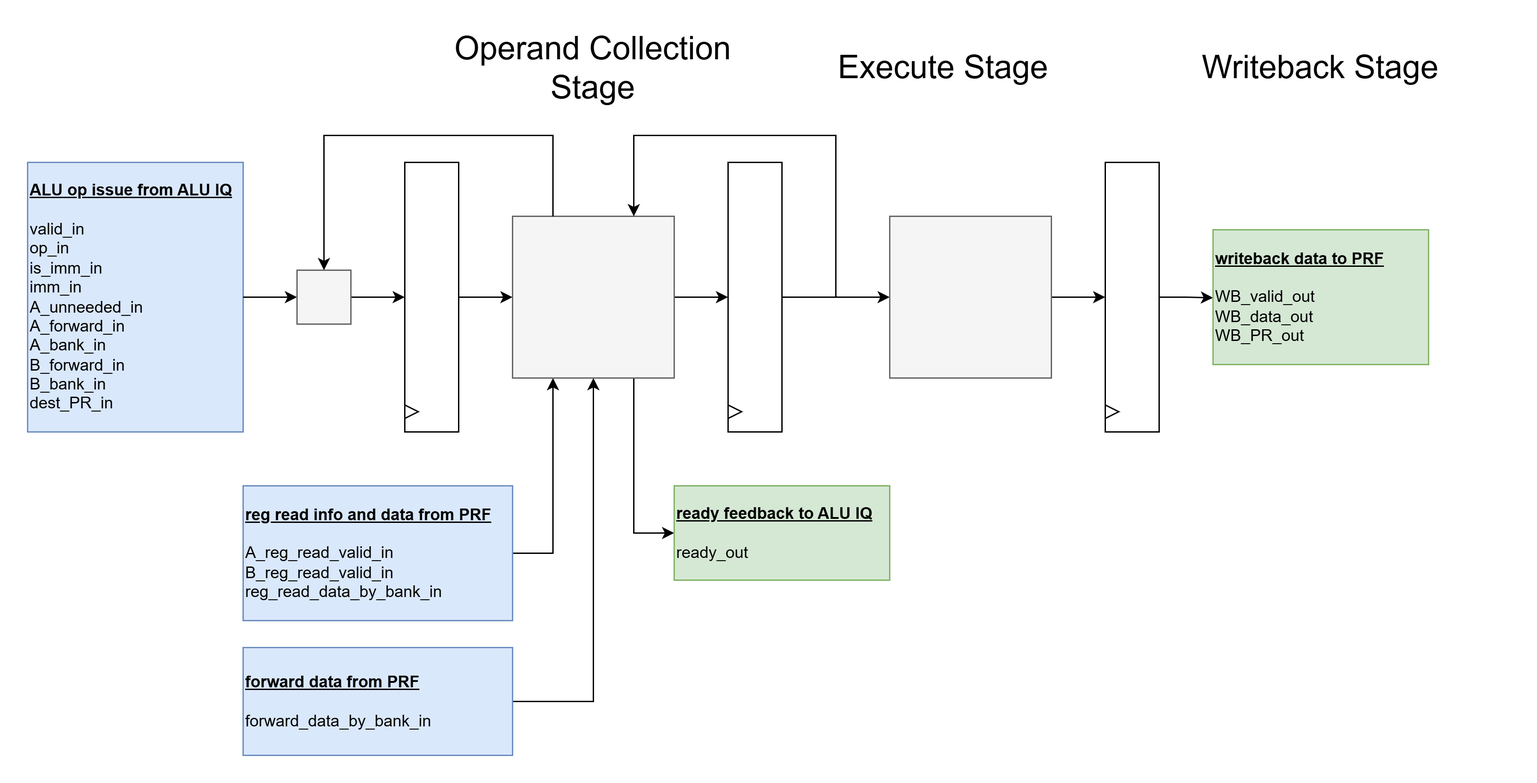
The draw.io diagram spec/design/alu_pipeline/alu_pipeline_rtl.png in zlagpacan/LOROF, before a commit. Source tidied: cells renumbered, new cells last; positions are measured from the earlier drawing's top-left corner, leaving out a move shared by most shapes.
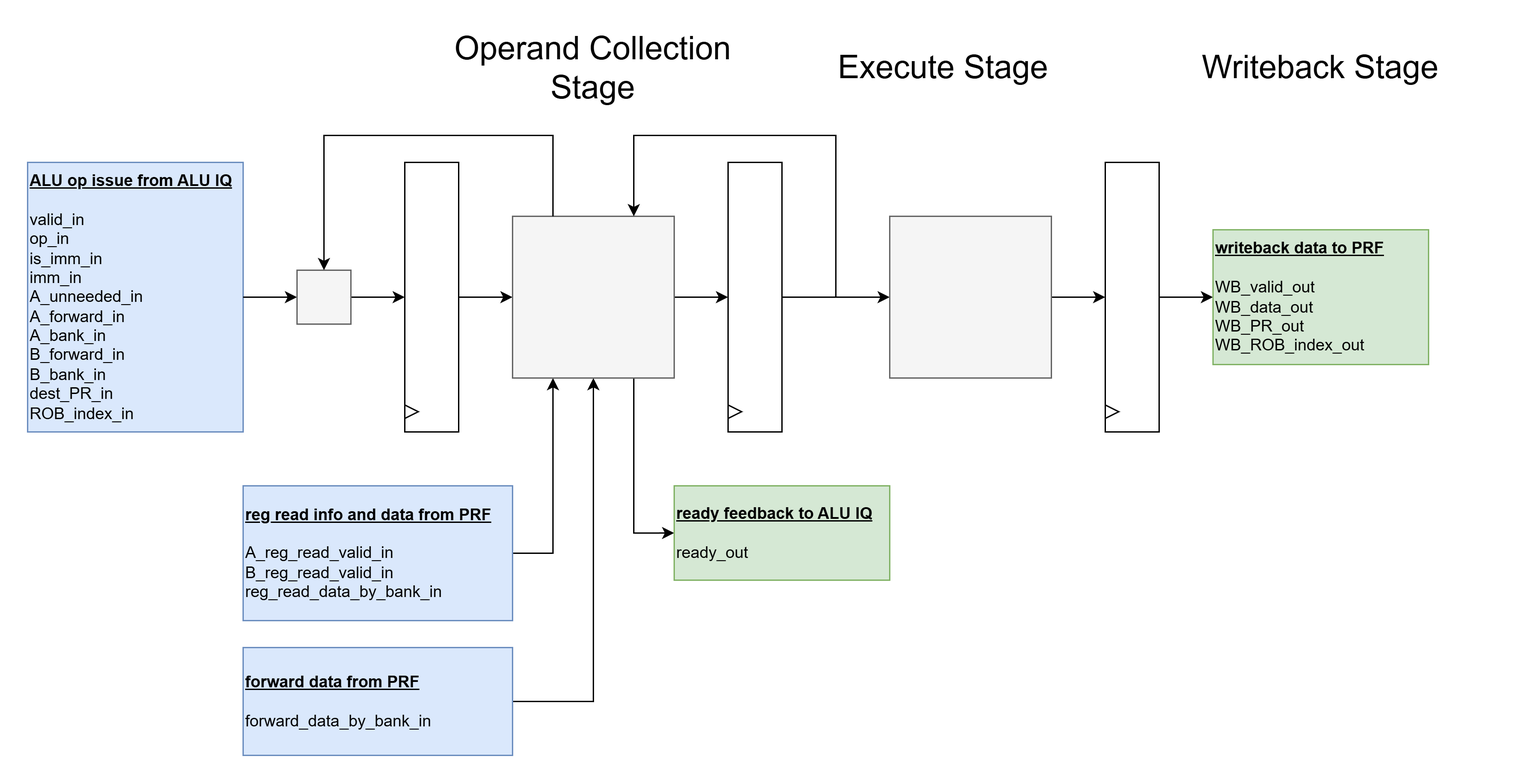
After the commit.

Change to the diagram source:
```diff
@@ -8,7 +8,7 @@
     <mxCell id="3" style="rounded=0;whiteSpace=wrap;html=1;" parent="1" vertex="1">
       <mxGeometry x="280" y="100" width="40" height="200" as="geometry" />
     </mxCell>
-    <mxCell id="4" value="&lt;u&gt;&lt;b&gt;ALU op issue from ALU IQ&lt;/b&gt;&lt;/u&gt;&lt;div&gt;&lt;br&gt;&lt;/div&gt;&lt;div&gt;valid_in&lt;/div&gt;&lt;div&gt;op_in&lt;/div&gt;&lt;div&gt;is_imm_in&lt;/div&gt;&lt;div&gt;imm_in&lt;/div&gt;&lt;div&gt;A_unneeded_in&lt;/div&gt;&lt;div&gt;A_forward_in&lt;/div&gt;&lt;div&gt;A_bank_in&lt;/div&gt;&lt;div&gt;B_forward_in&lt;/div&gt;&lt;div&gt;B_bank_in&lt;/div&gt;&lt;div&gt;dest_PR_in&lt;/div&gt;" style="text;html=1;align=left;verticalAlign=middle;whiteSpace=wrap;rounded=0;fillColor=#dae8fc;strokeColor=#6c8ebf;" parent="1" vertex="1">
+    <mxCell id="4" value="&lt;u&gt;&lt;b&gt;ALU op issue from ALU IQ&lt;/b&gt;&lt;/u&gt;&lt;div&gt;&lt;br&gt;&lt;/div&gt;&lt;div&gt;valid_in&lt;/div&gt;&lt;div&gt;op_in&lt;/div&gt;&lt;div&gt;is_imm_in&lt;/div&gt;&lt;div&gt;imm_in&lt;/div&gt;&lt;div&gt;A_unneeded_in&lt;/div&gt;&lt;div&gt;A_forward_in&lt;/div&gt;&lt;div&gt;A_bank_in&lt;/div&gt;&lt;div&gt;B_forward_in&lt;/div&gt;&lt;div&gt;B_bank_in&lt;/div&gt;&lt;div&gt;dest_PR_in&lt;/div&gt;&lt;div&gt;ROB_index_in&lt;/div&gt;" style="text;html=1;align=left;verticalAlign=middle;whiteSpace=wrap;rounded=0;fillColor=#dae8fc;strokeColor=#6c8ebf;" parent="1" vertex="1">
       <mxGeometry y="100" width="160" height="200" as="geometry" />
     </mxCell>
     <mxCell id="5" style="edgeStyle=orthogonalEdgeStyle;rounded=0;jettySize=auto;html=1;exitX=1;exitY=0.5;exitDx=0;exitDy=0;" parent="1" edge="1" source="4">
@@ -63,10 +63,8 @@
     <mxCell id="19" style="triangle;whiteSpace=wrap;html=1;" parent="1" vertex="1">
       <mxGeometry x="520" y="280" width="10" height="10" as="geometry" />
     </mxCell>
-    <mxCell id="20" style="edgeStyle=orthogonalEdgeStyle;rounded=0;jettySize=auto;html=1;exitX=1;exitY=0.5;exitDx=0;exitDy=0;" parent="1" edge="1" source="21">
-      <mxGeometry relative="1" as="geometry">
-        <mxPoint x="880" y="200.5" as="targetPoint" />
-      </mxGeometry>
+    <mxCell id="20" style="edgeStyle=orthogonalEdgeStyle;rounded=0;jettySize=auto;html=1;exitX=1;exitY=0.5;exitDx=0;exitDy=0;entryX=0;entryY=0.5;entryDx=0;entryDy=0;" parent="1" edge="1" source="21" target="27">
+      <mxGeometry relative="1" as="geometry" />
     </mxCell>
     <mxCell id="21" style="rounded=0;whiteSpace=wrap;html=1;" parent="1" vertex="1">
       <mxGeometry x="800" y="100" width="40" height="200" as="geometry" />
@@ -92,7 +90,7 @@
         </Array>
       </mxGeometry>
     </mxCell>
-    <mxCell id="27" value="&lt;u&gt;&lt;b&gt;writeback data to PRF&lt;/b&gt;&lt;/u&gt;&lt;div&gt;&lt;u&gt;&lt;br&gt;&lt;/u&gt;&lt;/div&gt;&lt;div&gt;WB_valid_out&lt;/div&gt;&lt;div&gt;WB_data_out&lt;/div&gt;&lt;div&gt;WB_PR_out&lt;/div&gt;" style="text;html=1;align=left;verticalAlign=middle;whiteSpace=wrap;rounded=0;fillColor=#d5e8d4;strokeColor=#82b366;" parent="1" vertex="1">
+    <mxCell id="27" value="&lt;u&gt;&lt;b&gt;writeback data to PRF&lt;/b&gt;&lt;/u&gt;&lt;div&gt;&lt;u&gt;&lt;br&gt;&lt;/u&gt;&lt;/div&gt;&lt;div&gt;WB_valid_out&lt;/div&gt;&lt;div&gt;WB_data_out&lt;/div&gt;&lt;div&gt;WB_PR_out&lt;/div&gt;&lt;div&gt;WB_ROB_index_out&lt;/div&gt;" style="text;html=1;align=left;verticalAlign=middle;whiteSpace=wrap;rounded=0;fillColor=#d5e8d4;strokeColor=#82b366;" parent="1" vertex="1">
       <mxGeometry x="880" y="150" width="160" height="100" as="geometry" />
     </mxCell>
     <mxCell id="28" value="&lt;font style=&quot;font-size: 24px;&quot;&gt;Operand Collection&lt;/font&gt;&lt;div&gt;&lt;font style=&quot;font-size: 24px;&quot;&gt;Stage&lt;/font&gt;&lt;/div&gt;" style="text;html=1;align=center;verticalAlign=middle;whiteSpace=wrap;rounded=0;" parent="1" vertex="1">
```
